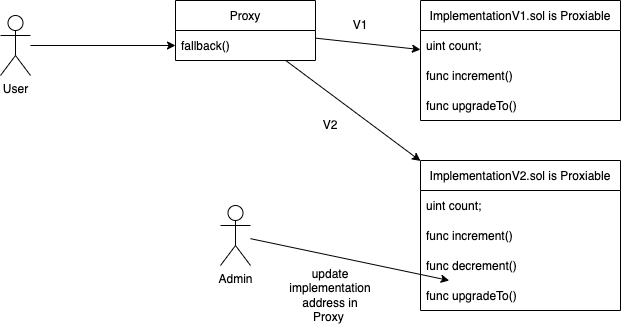
Above: dflow.drawio.png in yvasilyev92/solidity-uups-pattern-without-oz (draw.io), before the change. Source tidied: cells renumbered, new cells last; positions are measured from the earlier drawing's top-left corner, leaving out a move shared by most shapes.
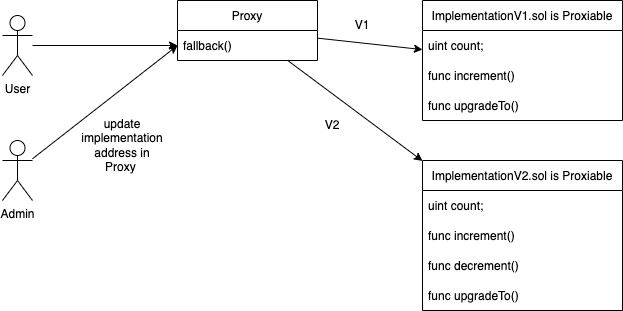
The same file after the commit.

The edit, as a diff of the source:
```diff
@@ -47,11 +47,11 @@
     <mxCell id="16" value="User" style="shape=umlActor;verticalLabelPosition=bottom;verticalAlign=top;html=1;outlineConnect=0;" parent="1" vertex="1">
       <mxGeometry y="15" width="30" height="60" as="geometry" />
     </mxCell>
-    <mxCell id="17" style="edgeStyle=none;html=1;" parent="1" edge="1" source="18" target="14">
+    <mxCell id="17" style="edgeStyle=none;html=1;entryX=0;entryY=0.5;entryDx=0;entryDy=0;" parent="1" edge="1" source="18" target="5">
       <mxGeometry relative="1" as="geometry" />
     </mxCell>
     <mxCell id="18" value="Admin" style="shape=umlActor;verticalLabelPosition=bottom;verticalAlign=top;html=1;outlineConnect=0;" parent="1" vertex="1">
-      <mxGeometry x="220" y="205" width="30" height="60" as="geometry" />
+      <mxGeometry y="140" width="30" height="60" as="geometry" />
     </mxCell>
     <mxCell id="19" value="V1" style="text;html=1;strokeColor=none;fillColor=none;align=center;verticalAlign=middle;whiteSpace=wrap;rounded=0;" parent="1" vertex="1">
       <mxGeometry x="330" y="10" width="60" height="30" as="geometry" />
@@ -60,7 +60,7 @@
       <mxGeometry x="300" y="110" width="60" height="30" as="geometry" />
     </mxCell>
     <mxCell id="21" value="update implementation address in Proxy&amp;nbsp;" style="text;html=1;strokeColor=none;fillColor=none;align=center;verticalAlign=middle;whiteSpace=wrap;rounded=0;" parent="1" vertex="1">
-      <mxGeometry x="300" y="280" width="60" height="30" as="geometry" />
+      <mxGeometry x="90" y="130" width="60" height="30" as="geometry" />
     </mxCell>
   </root>
 </mxGraphModel>
```
